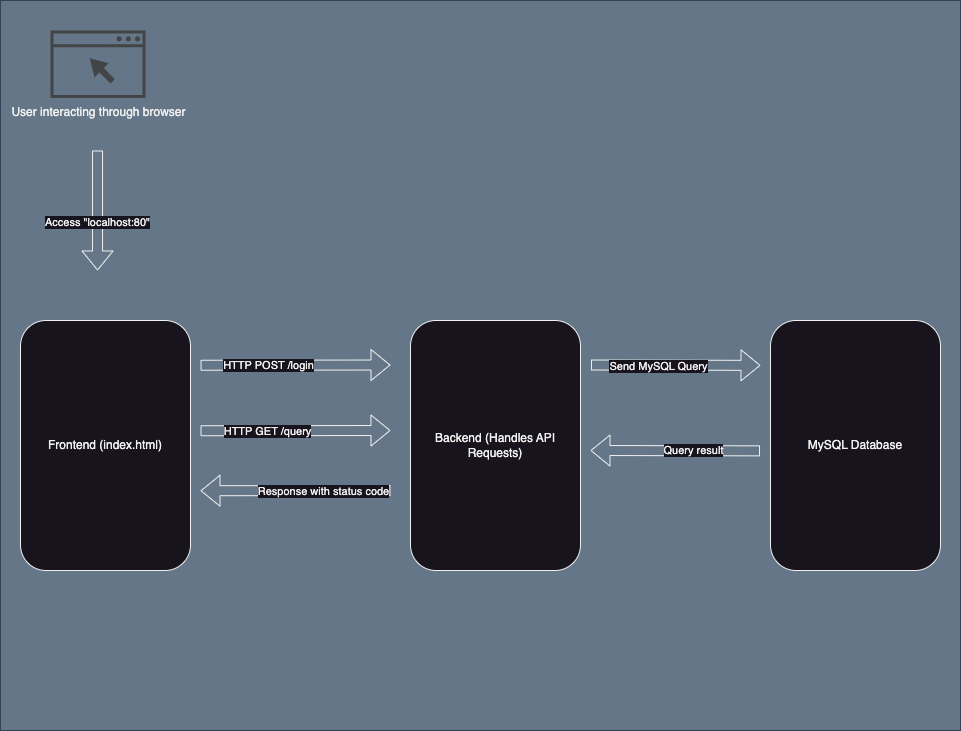
CordusBailey02/AccessControlProject keeps this draw.io diagram as documentation/data-flow.png. Above is the earlier version. Source tidied: cells renumbered, new cells last; positions are measured from the earlier drawing's top-left corner, leaving out a move shared by most shapes. Source of this version:
```xml
<mxGraphModel>
  <root>
    <mxCell id="0" />
    <mxCell id="1" parent="0" />
    <mxCell id="2" style="rounded=0;whiteSpace=wrap;html=1;fillColor=#647687;fontColor=#ffffff;strokeColor=#314354;" parent="1" vertex="1">
      <mxGeometry width="960" height="730" as="geometry" />
    </mxCell>
    <mxCell id="3" value="User interacting through browser" style="sketch=0;shadow=0;dashed=0;html=1;strokeColor=none;fillColor=#434445;labelPosition=center;verticalLabelPosition=bottom;verticalAlign=top;align=center;shape=mxgraph.vvd.web_browser;" parent="1" vertex="1">
      <mxGeometry x="50" y="30" width="95.1" height="67.5" as="geometry" />
    </mxCell>
    <mxCell id="4" style="shape=flexArrow;endArrow=classic;html=1;rounded=0;" parent="1" edge="1">
      <mxGeometry relative="1" as="geometry">
        <mxPoint x="97" y="150" as="sourcePoint" />
        <mxPoint x="97" y="270" as="targetPoint" />
      </mxGeometry>
    </mxCell>
    <mxCell id="5" value="Access &quot;localhost:80&quot;" style="edgeLabel;html=1;align=center;verticalAlign=middle;" parent="4" vertex="1">
      <mxGeometry x="0.18" y="-1" relative="1" as="geometry" />
    </mxCell>
    <mxCell id="6" value="Backend (Handles API Requests)" style="rounded=1;whiteSpace=wrap;html=1;" parent="1" vertex="1">
      <mxGeometry x="410" y="320" width="170" height="250" as="geometry" />
    </mxCell>
    <mxCell id="7" value="Frontend (index.html)" style="rounded=1;whiteSpace=wrap;html=1;" parent="1" vertex="1">
      <mxGeometry x="20" y="320" width="170" height="250" as="geometry" />
    </mxCell>
    <mxCell id="8" style="shape=flexArrow;endArrow=classic;html=1;rounded=0;entryX=0.568;entryY=0.274;entryDx=0;entryDy=0;entryPerimeter=0;" parent="1" edge="1">
      <mxGeometry relative="1" as="geometry">
        <mxPoint x="200" y="364.8" as="sourcePoint" />
        <mxPoint x="390" y="364.5" as="targetPoint" />
      </mxGeometry>
    </mxCell>
    <mxCell id="9" value="HTTP POST /login" style="edgeLabel;html=1;align=center;verticalAlign=middle;" parent="8" vertex="1">
      <mxGeometry x="-0.3" relative="1" as="geometry" />
    </mxCell>
    <mxCell id="10" style="shape=flexArrow;endArrow=classic;html=1;rounded=0;entryX=0.568;entryY=0.274;entryDx=0;entryDy=0;entryPerimeter=0;" parent="1" edge="1">
      <mxGeometry relative="1" as="geometry">
        <mxPoint x="200" y="430.2" as="sourcePoint" />
        <mxPoint x="390" y="430" as="targetPoint" />
      </mxGeometry>
    </mxCell>
    <mxCell id="11" value="HTTP GET /query" style="edgeLabel;html=1;align=center;verticalAlign=middle;" parent="10" vertex="1">
      <mxGeometry x="-0.3" relative="1" as="geometry" />
    </mxCell>
    <mxCell id="12" value="MySQL Database" style="rounded=1;whiteSpace=wrap;html=1;" parent="1" vertex="1">
      <mxGeometry x="770" y="320" width="170" height="250" as="geometry" />
    </mxCell>
    <mxCell id="13" style="shape=flexArrow;endArrow=classic;html=1;rounded=0;entryX=0.758;entryY=0.26;entryDx=0;entryDy=0;entryPerimeter=0;exitX=0.495;exitY=0.205;exitDx=0;exitDy=0;exitPerimeter=0;" parent="1" edge="1">
      <mxGeometry relative="1" as="geometry">
        <mxPoint x="590.5" y="364.5" as="sourcePoint" />
        <mxPoint x="760" y="364.8" as="targetPoint" />
      </mxGeometry>
    </mxCell>
    <mxCell id="14" value="Send MySQL Query" style="edgeLabel;html=1;align=center;verticalAlign=middle;" parent="13" vertex="1">
      <mxGeometry x="-0.21" y="-1" relative="1" as="geometry" />
    </mxCell>
    <mxCell id="15" style="shape=flexArrow;endArrow=classic;html=1;rounded=0;entryX=0.758;entryY=0.26;entryDx=0;entryDy=0;entryPerimeter=0;exitX=0.495;exitY=0.205;exitDx=0;exitDy=0;exitPerimeter=0;" parent="1" edge="1">
      <mxGeometry relative="1" as="geometry">
        <mxPoint x="759.5" y="450.3" as="sourcePoint" />
        <mxPoint x="590" y="450" as="targetPoint" />
      </mxGeometry>
    </mxCell>
    <mxCell id="16" value="Query result" style="edgeLabel;html=1;align=center;verticalAlign=middle;" parent="15" vertex="1">
      <mxGeometry x="-0.21" y="-1" relative="1" as="geometry" />
    </mxCell>
    <mxCell id="17" style="shape=flexArrow;endArrow=classic;html=1;rounded=0;entryX=0.568;entryY=0.274;entryDx=0;entryDy=0;entryPerimeter=0;" parent="1" edge="1">
      <mxGeometry relative="1" as="geometry">
        <mxPoint x="390" y="490" as="sourcePoint" />
        <mxPoint x="200" y="490.2" as="targetPoint" />
      </mxGeometry>
    </mxCell>
    <mxCell id="18" value="Response with status code" style="edgeLabel;html=1;align=center;verticalAlign=middle;" parent="17" vertex="1">
      <mxGeometry x="-0.3" relative="1" as="geometry" />
    </mxCell>
  </root>
</mxGraphModel>
```
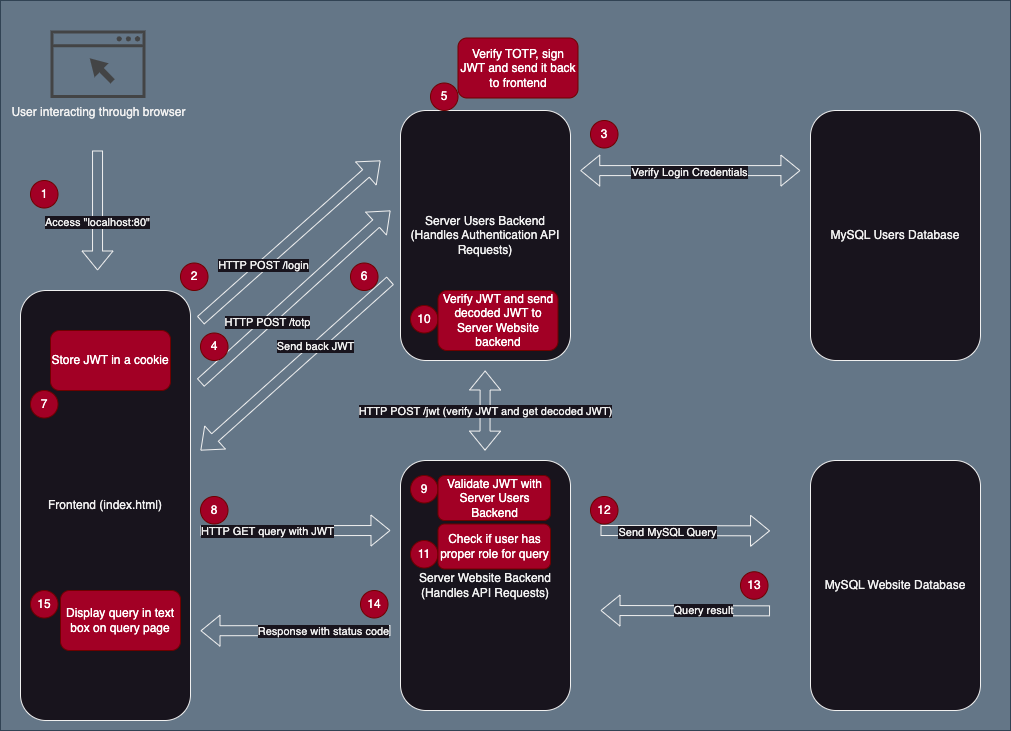
Later version of the same file.

Diff of the diagram source:
```diff
@@ -3,7 +3,7 @@
     <mxCell id="0" />
     <mxCell id="1" parent="0" />
     <mxCell id="2" style="rounded=0;whiteSpace=wrap;html=1;fillColor=#647687;fontColor=#ffffff;strokeColor=#314354;" parent="1" vertex="1">
-      <mxGeometry width="960" height="730" as="geometry" />
+      <mxGeometry width="1010" height="730" as="geometry" />
     </mxCell>
     <mxCell id="3" value="User interacting through browser" style="sketch=0;shadow=0;dashed=0;html=1;strokeColor=none;fillColor=#434445;labelPosition=center;verticalLabelPosition=bottom;verticalAlign=top;align=center;shape=mxgraph.vvd.web_browser;" parent="1" vertex="1">
       <mxGeometry x="50" y="30" width="95.1" height="67.5" as="geometry" />
@@ -17,16 +17,16 @@
     <mxCell id="5" value="Access &quot;localhost:80&quot;" style="edgeLabel;html=1;align=center;verticalAlign=middle;" parent="4" vertex="1">
       <mxGeometry x="0.18" y="-1" relative="1" as="geometry" />
     </mxCell>
-    <mxCell id="6" value="Backend (Handles API Requests)" style="rounded=1;whiteSpace=wrap;html=1;" parent="1" vertex="1">
-      <mxGeometry x="410" y="320" width="170" height="250" as="geometry" />
+    <mxCell id="6" value="Server Users Backend (Handles Authentication API Requests)" style="rounded=1;whiteSpace=wrap;html=1;" parent="1" vertex="1">
+      <mxGeometry x="400" y="110" width="170" height="250" as="geometry" />
     </mxCell>
     <mxCell id="7" value="Frontend (index.html)" style="rounded=1;whiteSpace=wrap;html=1;" parent="1" vertex="1">
-      <mxGeometry x="20" y="320" width="170" height="250" as="geometry" />
+      <mxGeometry x="20" y="290" width="170" height="430" as="geometry" />
     </mxCell>
-    <mxCell id="8" style="shape=flexArrow;endArrow=classic;html=1;rounded=0;entryX=0.568;entryY=0.274;entryDx=0;entryDy=0;entryPerimeter=0;" parent="1" edge="1">
+    <mxCell id="8" style="shape=flexArrow;endArrow=classic;html=1;rounded=0;" parent="1" edge="1">
       <mxGeometry relative="1" as="geometry">
-        <mxPoint x="200" y="364.8" as="sourcePoint" />
-        <mxPoint x="390" y="364.5" as="targetPoint" />
+        <mxPoint x="200" y="320" as="sourcePoint" />
+        <mxPoint x="380" y="160" as="targetPoint" />
       </mxGeometry>
     </mxCell>
     <mxCell id="9" value="HTTP POST /login" style="edgeLabel;html=1;align=center;verticalAlign=middle;" parent="8" vertex="1">
@@ -34,20 +34,20 @@
     </mxCell>
     <mxCell id="10" style="shape=flexArrow;endArrow=classic;html=1;rounded=0;entryX=0.568;entryY=0.274;entryDx=0;entryDy=0;entryPerimeter=0;" parent="1" edge="1">
       <mxGeometry relative="1" as="geometry">
-        <mxPoint x="200" y="430.2" as="sourcePoint" />
-        <mxPoint x="390" y="430" as="targetPoint" />
+        <mxPoint x="200" y="530.2" as="sourcePoint" />
+        <mxPoint x="390" y="530" as="targetPoint" />
       </mxGeometry>
     </mxCell>
-    <mxCell id="11" value="HTTP GET /query" style="edgeLabel;html=1;align=center;verticalAlign=middle;" parent="10" vertex="1">
+    <mxCell id="11" value="HTTP GET query with JWT" style="edgeLabel;html=1;align=center;verticalAlign=middle;" parent="10" vertex="1">
       <mxGeometry x="-0.3" relative="1" as="geometry" />
     </mxCell>
-    <mxCell id="12" value="MySQL Database" style="rounded=1;whiteSpace=wrap;html=1;" parent="1" vertex="1">
-      <mxGeometry x="770" y="320" width="170" height="250" as="geometry" />
+    <mxCell id="12" value="MySQL Users Database" style="rounded=1;whiteSpace=wrap;html=1;" parent="1" vertex="1">
+      <mxGeometry x="810" y="110" width="170" height="250" as="geometry" />
     </mxCell>
     <mxCell id="13" style="shape=flexArrow;endArrow=classic;html=1;rounded=0;entryX=0.758;entryY=0.26;entryDx=0;entryDy=0;entryPerimeter=0;exitX=0.495;exitY=0.205;exitDx=0;exitDy=0;exitPerimeter=0;" parent="1" edge="1">
       <mxGeometry relative="1" as="geometry">
-        <mxPoint x="590.5" y="364.5" as="sourcePoint" />
-        <mxPoint x="760" y="364.8" as="targetPoint" />
+        <mxPoint x="600" y="530" as="sourcePoint" />
+        <mxPoint x="769.5" y="530.3" as="targetPoint" />
       </mxGeometry>
     </mxCell>
     <mxCell id="14" value="Send MySQL Query" style="edgeLabel;html=1;align=center;verticalAlign=middle;" parent="13" vertex="1">
@@ -55,8 +55,8 @@
     </mxCell>
     <mxCell id="15" style="shape=flexArrow;endArrow=classic;html=1;rounded=0;entryX=0.758;entryY=0.26;entryDx=0;entryDy=0;entryPerimeter=0;exitX=0.495;exitY=0.205;exitDx=0;exitDy=0;exitPerimeter=0;" parent="1" edge="1">
       <mxGeometry relative="1" as="geometry">
-        <mxPoint x="759.5" y="450.3" as="sourcePoint" />
-        <mxPoint x="590" y="450" as="targetPoint" />
+        <mxPoint x="769.5" y="610.3" as="sourcePoint" />
+        <mxPoint x="600" y="610" as="targetPoint" />
       </mxGeometry>
     </mxCell>
     <mxCell id="16" value="Query result" style="edgeLabel;html=1;align=center;verticalAlign=middle;" parent="15" vertex="1">
@@ -64,12 +64,114 @@
     </mxCell>
     <mxCell id="17" style="shape=flexArrow;endArrow=classic;html=1;rounded=0;entryX=0.568;entryY=0.274;entryDx=0;entryDy=0;entryPerimeter=0;" parent="1" edge="1">
       <mxGeometry relative="1" as="geometry">
-        <mxPoint x="390" y="490" as="sourcePoint" />
-        <mxPoint x="200" y="490.2" as="targetPoint" />
+        <mxPoint x="390" y="630" as="sourcePoint" />
+        <mxPoint x="200" y="630.2" as="targetPoint" />
       </mxGeometry>
     </mxCell>
     <mxCell id="18" value="Response with status code" style="edgeLabel;html=1;align=center;verticalAlign=middle;" parent="17" vertex="1">
       <mxGeometry x="-0.3" relative="1" as="geometry" />
     </mxCell>
+    <mxCell id="19" value="Server Website Backend (Handles API Requests)" style="rounded=1;whiteSpace=wrap;html=1;" parent="1" vertex="1">
+      <mxGeometry x="400" y="460" width="170" height="250" as="geometry" />
+    </mxCell>
+    <mxCell id="20" value="MySQL Website Database" style="rounded=1;whiteSpace=wrap;html=1;" parent="1" vertex="1">
+      <mxGeometry x="810" y="460" width="170" height="250" as="geometry" />
+    </mxCell>
+    <mxCell id="21" style="shape=flexArrow;endArrow=classic;startArrow=classic;html=1;rounded=0;exitX=0.574;exitY=0.233;exitDx=0;exitDy=0;exitPerimeter=0;entryX=0.792;entryY=0.233;entryDx=0;entryDy=0;entryPerimeter=0;" parent="1" edge="1" source="2" target="2">
+      <mxGeometry relative="1" as="geometry" />
+    </mxCell>
+    <mxCell id="22" value="Verify Login Credentials" style="edgeLabel;html=1;align=center;verticalAlign=middle;" parent="21" vertex="1">
+      <mxGeometry x="-0.01" y="-1" relative="1" as="geometry" />
+    </mxCell>
+    <mxCell id="23" style="shape=flexArrow;endArrow=classic;html=1;rounded=0;" parent="1" edge="1">
+      <mxGeometry relative="1" as="geometry">
+        <mxPoint x="200" y="382.3" as="sourcePoint" />
+        <mxPoint x="390" y="210" as="targetPoint" />
+      </mxGeometry>
+    </mxCell>
+    <mxCell id="24" value="HTTP POST /totp" style="edgeLabel;html=1;align=center;verticalAlign=middle;" parent="23" vertex="1">
+      <mxGeometry x="-0.3" relative="1" as="geometry" />
+    </mxCell>
+    <mxCell id="25" style="shape=flexArrow;endArrow=classic;html=1;rounded=0;exitX=0.386;exitY=0.37;exitDx=0;exitDy=0;exitPerimeter=0;" parent="1" edge="1">
+      <mxGeometry relative="1" as="geometry">
+        <mxPoint x="389.9" y="280" as="sourcePoint" />
+        <mxPoint x="200" y="450" as="targetPoint" />
+      </mxGeometry>
+    </mxCell>
+    <mxCell id="26" value="Send back JWT" style="edgeLabel;html=1;align=center;verticalAlign=middle;" parent="25" vertex="1">
+      <mxGeometry x="-0.21" y="-1" relative="1" as="geometry" />
+    </mxCell>
+    <mxCell id="27" style="shape=flexArrow;endArrow=classic;startArrow=classic;html=1;rounded=0;exitX=0.614;exitY=0.493;exitDx=0;exitDy=0;exitPerimeter=0;entryX=0.792;entryY=0.233;entryDx=0;entryDy=0;entryPerimeter=0;" parent="1" edge="1">
+      <mxGeometry relative="1" as="geometry">
+        <mxPoint x="484.6" y="370" as="sourcePoint" />
+        <mxPoint x="484.5" y="450.1" as="targetPoint" />
+      </mxGeometry>
+    </mxCell>
+    <mxCell id="28" value="HTTP POST /jwt (verify JWT and get decoded JWT)" style="edgeLabel;html=1;align=center;verticalAlign=middle;" parent="1" vertex="1">
+      <mxGeometry x="485" y="410" as="geometry" />
+    </mxCell>
+    <mxCell id="29" value="1" style="ellipse;whiteSpace=wrap;html=1;fillColor=#a20025;fontColor=#ffffff;strokeColor=#6F0000;" parent="1" vertex="1">
+      <mxGeometry x="30" y="180" width="27.5" height="27.5" as="geometry" />
+    </mxCell>
+    <mxCell id="30" value="2" style="ellipse;whiteSpace=wrap;html=1;fillColor=#a20025;fontColor=#ffffff;strokeColor=#6F0000;" parent="1" vertex="1">
+      <mxGeometry x="180" y="262.5" width="27.5" height="27.5" as="geometry" />
+    </mxCell>
+    <mxCell id="31" value="4" style="ellipse;whiteSpace=wrap;html=1;fillColor=#a20025;fontColor=#ffffff;strokeColor=#6F0000;" parent="1" vertex="1">
+      <mxGeometry x="200" y="332.5" width="27.5" height="27.5" as="geometry" />
+    </mxCell>
+    <mxCell id="32" value="5" style="ellipse;whiteSpace=wrap;html=1;fillColor=#a20025;fontColor=#ffffff;strokeColor=#6F0000;" parent="1" vertex="1">
+      <mxGeometry x="430" y="82.5" width="27.5" height="27.5" as="geometry" />
+    </mxCell>
+    <mxCell id="33" value="Verify TOTP, sign JWT and send it back to frontend" style="rounded=1;whiteSpace=wrap;html=1;fillColor=#a20025;fontColor=#ffffff;strokeColor=#6F0000;" parent="1" vertex="1">
+      <mxGeometry x="457.5" y="37.5" width="120" height="60" as="geometry" />
+    </mxCell>
+    <mxCell id="34" value="6" style="ellipse;whiteSpace=wrap;html=1;fillColor=#a20025;fontColor=#ffffff;strokeColor=#6F0000;" parent="1" vertex="1">
+      <mxGeometry x="350" y="262.5" width="27.5" height="27.5" as="geometry" />
+    </mxCell>
+    <mxCell id="35" value="7" style="ellipse;whiteSpace=wrap;html=1;fillColor=#a20025;fontColor=#ffffff;strokeColor=#6F0000;" parent="1" vertex="1">
+      <mxGeometry x="30" y="390" width="27.5" height="27.5" as="geometry" />
+    </mxCell>
+    <mxCell id="36" value="Store JWT in a cookie" style="rounded=1;whiteSpace=wrap;html=1;fillColor=#a20025;fontColor=#ffffff;strokeColor=#6F0000;" parent="1" vertex="1">
+      <mxGeometry x="50" y="330" width="120" height="60" as="geometry" />
+    </mxCell>
+    <mxCell id="37" value="8" style="ellipse;whiteSpace=wrap;html=1;fillColor=#a20025;fontColor=#ffffff;strokeColor=#6F0000;" parent="1" vertex="1">
+      <mxGeometry x="200" y="496" width="27.5" height="27.5" as="geometry" />
+    </mxCell>
+    <mxCell id="38" value="9" style="ellipse;whiteSpace=wrap;html=1;fillColor=#a20025;fontColor=#ffffff;strokeColor=#6F0000;" parent="1" vertex="1">
+      <mxGeometry x="410" y="475" width="27.5" height="27.5" as="geometry" />
+    </mxCell>
+    <mxCell id="39" value="Validate JWT with Server Users Backend" style="rounded=1;whiteSpace=wrap;html=1;fillColor=#a20025;fontColor=#ffffff;strokeColor=#6F0000;" parent="1" vertex="1">
+      <mxGeometry x="437.5" y="475" width="112.5" height="45" as="geometry" />
+    </mxCell>
+    <mxCell id="40" value="10" style="ellipse;whiteSpace=wrap;html=1;fillColor=#a20025;fontColor=#ffffff;strokeColor=#6F0000;" parent="1" vertex="1">
+      <mxGeometry x="410" y="305" width="27.5" height="27.5" as="geometry" />
+    </mxCell>
+    <mxCell id="41" value="Verify JWT and send decoded JWT to Server Website backend" style="rounded=1;whiteSpace=wrap;html=1;fillColor=#a20025;fontColor=#ffffff;strokeColor=#6F0000;" parent="1" vertex="1">
+      <mxGeometry x="437.5" y="290" width="120" height="60" as="geometry" />
+    </mxCell>
+    <mxCell id="42" value="11" style="ellipse;whiteSpace=wrap;html=1;fillColor=#a20025;fontColor=#ffffff;strokeColor=#6F0000;" parent="1" vertex="1">
+      <mxGeometry x="410" y="540" width="27.5" height="27.5" as="geometry" />
+    </mxCell>
+    <mxCell id="43" value="Check if user has proper role for query" style="rounded=1;whiteSpace=wrap;html=1;fillColor=#a20025;fontColor=#ffffff;strokeColor=#6F0000;" parent="1" vertex="1">
+      <mxGeometry x="437.5" y="523.5" width="112.5" height="45" as="geometry" />
+    </mxCell>
+    <mxCell id="44" value="12" style="ellipse;whiteSpace=wrap;html=1;fillColor=#a20025;fontColor=#ffffff;strokeColor=#6F0000;" parent="1" vertex="1">
+      <mxGeometry x="590" y="496" width="27.5" height="27.5" as="geometry" />
+    </mxCell>
+    <mxCell id="45" value="13" style="ellipse;whiteSpace=wrap;html=1;fillColor=#a20025;fontColor=#ffffff;strokeColor=#6F0000;" parent="1" vertex="1">
+      <mxGeometry x="740" y="571.2" width="27.5" height="27.5" as="geometry" />
+    </mxCell>
+    <mxCell id="46" value="14" style="ellipse;whiteSpace=wrap;html=1;fillColor=#a20025;fontColor=#ffffff;strokeColor=#6F0000;" parent="1" vertex="1">
+      <mxGeometry x="360" y="590" width="27.5" height="27.5" as="geometry" />
+    </mxCell>
+    <mxCell id="47" value="15" style="ellipse;whiteSpace=wrap;html=1;fillColor=#a20025;fontColor=#ffffff;strokeColor=#6F0000;" parent="1" vertex="1">
+      <mxGeometry x="30" y="590" width="27.5" height="27.5" as="geometry" />
+    </mxCell>
+    <mxCell id="48" value="Display query in text box on query page" style="rounded=1;whiteSpace=wrap;html=1;fillColor=#a20025;fontColor=#ffffff;strokeColor=#6F0000;" parent="1" vertex="1">
+      <mxGeometry x="60" y="590" width="120" height="60" as="geometry" />
+    </mxCell>
+    <mxCell id="49" value="3" style="ellipse;whiteSpace=wrap;html=1;fillColor=#a20025;fontColor=#ffffff;strokeColor=#6F0000;" parent="1" vertex="1">
+      <mxGeometry x="590" y="120" width="27.5" height="27.5" as="geometry" />
+    </mxCell>
   </root>
 </mxGraphModel>
```
